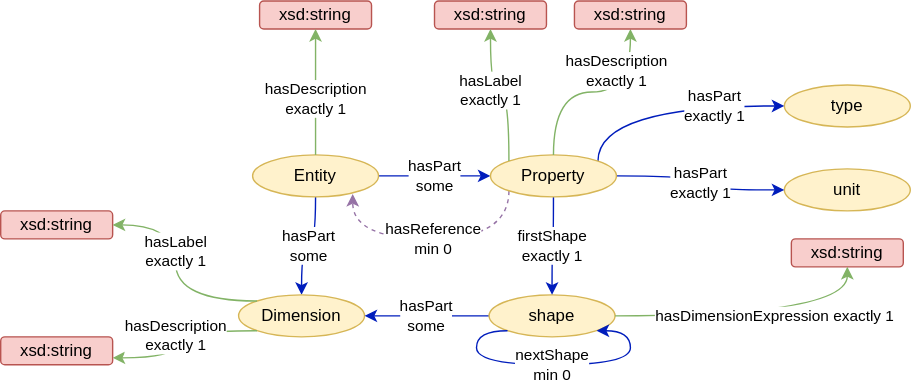
emmo-repo/domain-datamodel keeps this draw.io diagram as doc/figs/entity.svg. Above is the earlier version. Source tidied: cells renumbered, new cells last; positions are measured from the earlier drawing's top-left corner, leaving out a move shared by most shapes.
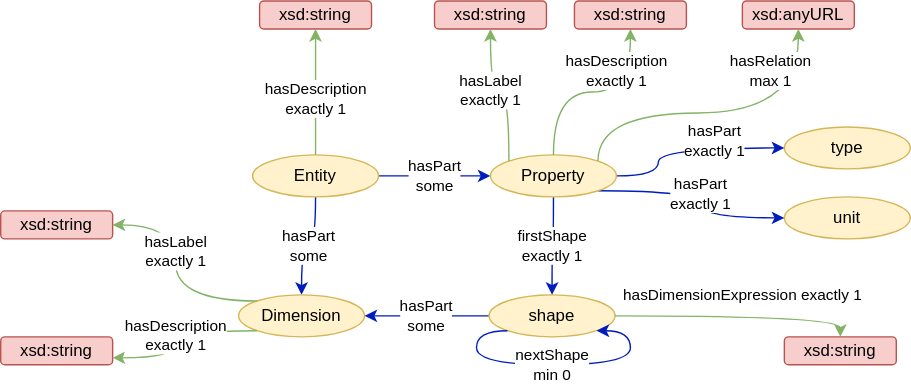
The same diagram one commit later.

The edit, as a diff of the source:
```diff
@@ -12,7 +12,7 @@
       <mxGeometry x="180" y="110" width="90" height="30" as="geometry" />
     </mxCell>
     <mxCell id="5" value="unit" style="ellipse;whiteSpace=wrap;html=1;fillColor=#fff2cc;strokeColor=#d6b656;" parent="1" vertex="1">
-      <mxGeometry x="560" y="120" width="90" height="30" as="geometry" />
+      <mxGeometry x="560" y="140" width="90" height="30" as="geometry" />
     </mxCell>
     <mxCell id="6" value="Dimension" style="ellipse;whiteSpace=wrap;html=1;fillColor=#fff2cc;strokeColor=#d6b656;" parent="1" vertex="1">
       <mxGeometry x="170" y="210" width="90" height="30" as="geometry" />
@@ -24,40 +24,37 @@
       <mxGeometry x="349" y="210" width="90" height="30" as="geometry" />
     </mxCell>
     <mxCell id="9" value="type" style="ellipse;whiteSpace=wrap;html=1;fillColor=#fff2cc;strokeColor=#d6b656;" parent="1" vertex="1">
-      <mxGeometry x="560" y="60" width="90" height="30" as="geometry" />
+      <mxGeometry x="560" y="90" width="90" height="30" as="geometry" />
     </mxCell>
-    <mxCell id="10" value="hasPart&lt;br&gt;exactly 1" style="edgeStyle=orthogonalEdgeStyle;curved=1;rounded=0;jettySize=auto;html=1;endArrow=classic;endFill=1;strokeColor=#001DBC;exitX=1;exitY=0;exitDx=0;exitDy=0;entryX=0;entryY=0.5;entryDx=0;entryDy=0;" parent="1" edge="1" source="14" target="9">
-      <mxGeometry x="0.42" relative="1" as="geometry">
+    <mxCell id="10" value="hasPart&lt;br&gt;exactly 1" style="edgeStyle=orthogonalEdgeStyle;curved=1;rounded=0;jettySize=auto;html=1;endArrow=classic;endFill=1;strokeColor=#001DBC;exitX=1;exitY=0.5;exitDx=0;exitDy=0;entryX=0;entryY=0.5;entryDx=0;entryDy=0;" parent="1" edge="1" source="14" target="9">
+      <mxGeometry x="0.29" y="5" relative="1" as="geometry">
         <Array as="points">
-          <mxPoint x="427" y="75" />
+          <mxPoint x="470" y="125" />
+          <mxPoint x="470" y="105" />
         </Array>
       </mxGeometry>
     </mxCell>
-    <mxCell id="11" value="hasPart&lt;br&gt;exactly 1" style="edgeStyle=orthogonalEdgeStyle;curved=1;rounded=0;jettySize=auto;html=1;endArrow=classic;endFill=1;strokeColor=#001DBC;" parent="1" edge="1" source="14" target="5">
+    <mxCell id="11" value="hasPart&lt;br&gt;exactly 1" style="edgeStyle=orthogonalEdgeStyle;curved=1;rounded=0;jettySize=auto;html=1;endArrow=classic;endFill=1;strokeColor=#001DBC;exitX=1;exitY=1;exitDx=0;exitDy=0;" parent="1" edge="1" source="14" target="5">
       <mxGeometry relative="1" as="geometry" />
     </mxCell>
     <mxCell id="12" value="firstShape&lt;br&gt;exactly 1" style="edgeStyle=orthogonalEdgeStyle;curved=1;rounded=0;jettySize=auto;html=1;endArrow=classic;endFill=1;strokeColor=#001DBC;exitX=0.5;exitY=1;exitDx=0;exitDy=0;" parent="1" edge="1" source="14" target="8">
       <mxGeometry relative="1" as="geometry" />
     </mxCell>
-    <mxCell id="13" value="hasReference&lt;br&gt;min 0" style="edgeStyle=orthogonalEdgeStyle;curved=1;rounded=0;jettySize=auto;html=1;exitX=0;exitY=1;exitDx=0;exitDy=0;entryX=0.795;entryY=0.928;entryDx=0;entryDy=0;entryPerimeter=0;endArrow=classic;endFill=1;strokeColor=#9673a6;fillColor=#e1d5e7;dashed=1;" parent="1" edge="1" source="14" target="4">
-      <mxGeometry relative="1" as="geometry">
-        <Array as="points">
-          <mxPoint x="363" y="170" />
-          <mxPoint x="252" y="170" />
-        </Array>
-      </mxGeometry>
-    </mxCell>
     <mxCell id="14" value="Property" style="ellipse;whiteSpace=wrap;html=1;fillColor=#fff2cc;strokeColor=#d6b656;" parent="1" vertex="1">
       <mxGeometry x="350" y="110" width="90" height="30" as="geometry" />
     </mxCell>
     <mxCell id="15" value="xsd:string" style="rounded=1;whiteSpace=wrap;html=1;fillColor=#f8cecc;strokeColor=#b85450;" parent="1" vertex="1">
-      <mxGeometry x="565" y="170" width="80" height="20" as="geometry" />
+      <mxGeometry x="560" y="240" width="80" height="20" as="geometry" />
     </mxCell>
     <mxCell id="16" value="hasDescription&lt;br&gt;exactly 1" style="edgeStyle=orthogonalEdgeStyle;curved=1;rounded=0;jettySize=auto;html=1;endArrow=classic;endFill=1;strokeColor=#82b366;exitX=0.5;exitY=0;exitDx=0;exitDy=0;fillColor=#d5e8d4;" parent="1" edge="1" source="14" target="20">
       <mxGeometry x="0.59" y="10" relative="1" as="geometry" />
     </mxCell>
-    <mxCell id="17" value="hasDimensionExpression exactly 1" style="edgeStyle=orthogonalEdgeStyle;curved=1;rounded=0;jettySize=auto;html=1;endArrow=classic;endFill=1;strokeColor=#82b366;exitX=1;exitY=0.5;exitDx=0;exitDy=0;fillColor=#d5e8d4;entryX=0.5;entryY=1;entryDx=0;entryDy=0;" parent="1" edge="1" source="8" target="15">
-      <mxGeometry x="0.13" relative="1" as="geometry" />
+    <mxCell id="17" value="hasDimensionExpression&amp;nbsp;exactly 1" style="edgeStyle=orthogonalEdgeStyle;curved=1;rounded=0;jettySize=auto;html=1;endArrow=classic;endFill=1;strokeColor=#82b366;exitX=1;exitY=0.5;exitDx=0;exitDy=0;fillColor=#d5e8d4;entryX=0.5;entryY=0;entryDx=0;entryDy=0;" parent="1" edge="1" source="8" target="15">
+      <mxGeometry x="0.03" y="15" relative="1" as="geometry">
+        <Array as="points">
+          <mxPoint x="600" y="225" />
+        </Array>
+      </mxGeometry>
     </mxCell>
     <mxCell id="18" value="nextShape&lt;br&gt;min 0" style="edgeStyle=orthogonalEdgeStyle;curved=1;rounded=0;orthogonalLoop=1;jettySize=auto;html=1;endArrow=classic;endFill=1;strokeColor=#001DBC;exitX=0;exitY=1;exitDx=0;exitDy=0;entryX=1;entryY=1;entryDx=0;entryDy=0;" parent="1" edge="1" source="8" target="8">
       <mxGeometry x="-0.02" relative="1" as="geometry">
@@ -96,5 +93,16 @@
     <mxCell id="27" value="hasLabel&lt;br&gt;exactly 1" style="edgeStyle=orthogonalEdgeStyle;curved=1;rounded=0;jettySize=auto;html=1;endArrow=classic;endFill=1;strokeColor=#82b366;exitX=0;exitY=0;exitDx=0;exitDy=0;fillColor=#d5e8d4;entryX=1;entryY=0.5;entryDx=0;entryDy=0;" parent="1" edge="1" source="6" target="26">
       <mxGeometry x="0.19" relative="1" as="geometry" />
     </mxCell>
+    <mxCell id="28" value="xsd:anyURL" style="rounded=1;whiteSpace=wrap;html=1;fillColor=#f8cecc;strokeColor=#b85450;" parent="1" vertex="1">
+      <mxGeometry x="530" width="80" height="20" as="geometry" />
+    </mxCell>
+    <mxCell id="29" value="hasRelation&lt;br&gt;max 1" style="edgeStyle=orthogonalEdgeStyle;curved=1;rounded=0;jettySize=auto;html=1;endArrow=classic;endFill=1;strokeColor=#82b366;exitX=1;exitY=0;exitDx=0;exitDy=0;fillColor=#d5e8d4;" parent="1" edge="1" source="14" target="28">
+      <mxGeometry x="0.75" y="20" relative="1" as="geometry">
+        <Array as="points">
+          <mxPoint x="427" y="80" />
+          <mxPoint x="570" y="80" />
+        </Array>
+      </mxGeometry>
+    </mxCell>
   </root>
 </mxGraphModel>
```
